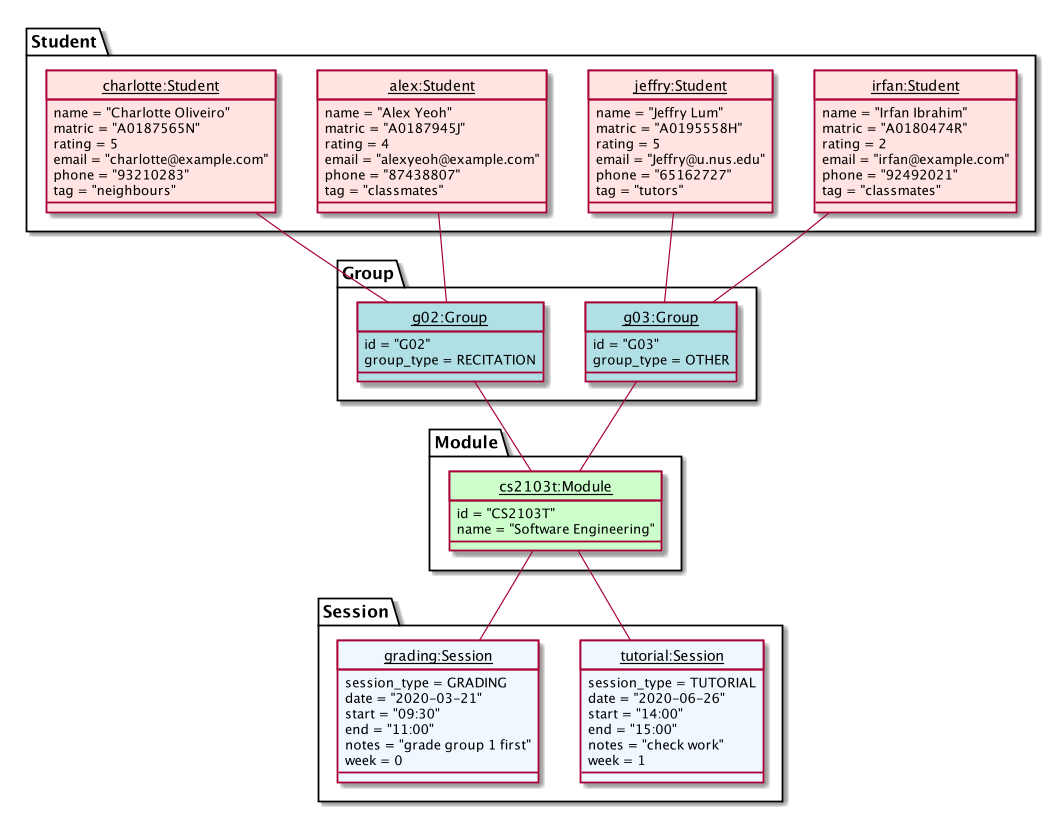
Before: docs/images/ModelObjectDiagram.png, a diagram exported from PlantUML (nus-cs2103-AY1920S2/addressbook-level3).
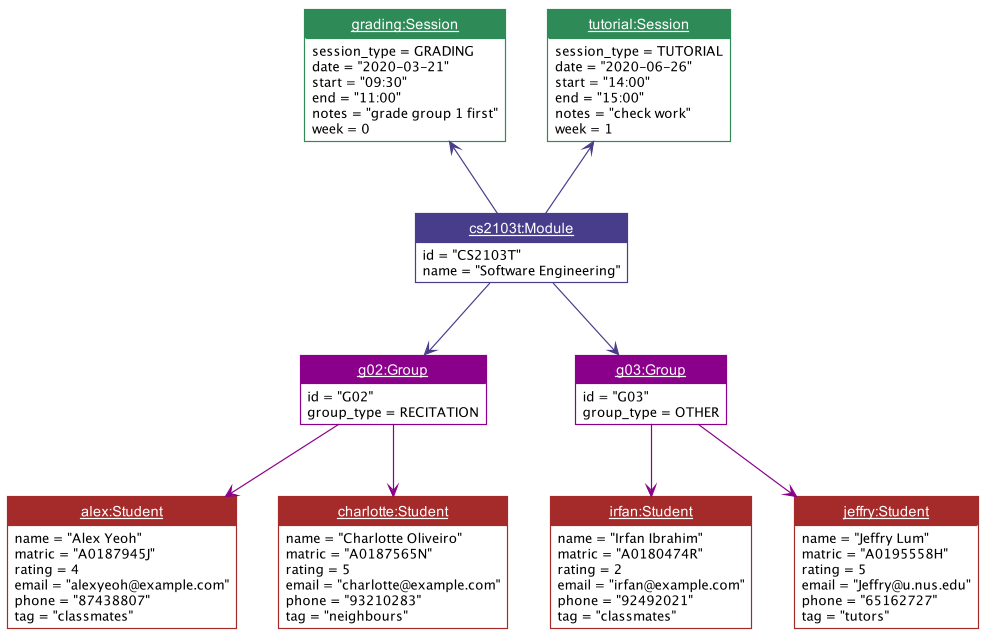
The same diagram one commit later.

Commit message:
Fix Model Object Diagram in DG

Diff of the diagram source:
```diff
@@ -1,7 +1,74 @@
 @startuml
 
-package Student {
-    class Student1 as "__irfan:Student__" #MistyRose {
+
+
+
+
+
+
+
+skinparam BackgroundColor #FFFFFFF
+
+skinparam Shadowing false
+
+skinparam Class {
+    FontColor #FFFFFF
+    BorderThickness 1
+    BorderColor #FFFFFF
+    StereotypeFontColor #FFFFFF
+    FontName Arial
+}
+
+skinparam Actor {
+    BorderColor #000000
+    Color #000000
+    FontName Arial
+}
+
+skinparam Sequence {
+    MessageAlign center
+    BoxFontSize 15
+    BoxPadding 0
+    BoxFontColor #FFFFFF
+    FontName Arial
+}
+
+skinparam Participant {
+    FontColor #FFFFFFF
+    Padding 20
+}
+
+skinparam MinClassWidth 50
+skinparam ParticipantPadding 10
+skinparam Shadowing false
+skinparam DefaultTextAlignment center
+skinparam packageStyle Rectangle
+
+hide footbox
+hide members
+hide circle
+skinparam classBackgroundColor WHITE
+
+skinparam class {
+    HeaderBackgroundColor<<Student>> Brown
+    BorderColor<<Student>> Brown
+
+    HeaderBackgroundColor<<Group>> DarkMagenta
+    BorderColor<<Group>> DarkMagenta
+
+    HeaderBackgroundColor<<Module>> DarkSlateBlue
+    BorderColor<<Module>> DarkSlateBlue
+
+    HeaderBackgroundColor<<Session>> SeaGreen
+    BorderColor<<Session>> SeaGreen
+}
+
+show members
+hide methods
+hide stereotype
+
+
+    class Student1 as "__irfan:Student__" <<Student>> {
         name = "Irfan Ibrahim"
         matric = "A0180474R"
         rating = 2
@@ -10,25 +77,25 @@
         tag = "classmates"
     }
 
-    class Student2 as "__jeffry:Student__" #MistyRose {
-      name = "Jeffry Lum"
-      matric = "A0195558H"
-      rating = 5
-      email = "Jeffry@u.nus.edu"
-      phone = "65162727"
-      tag = "tutors"
+    class Student2 as "__jeffry:Student__" <<Student>> {
+        name = "Jeffry Lum"
+        matric = "A0195558H"
+        rating = 5
+        email = "Jeffry@u.nus.edu"
+        phone = "65162727"
+        tag = "tutors"
     }
 
-    class Student3 as "__alex:Student__" #MistyRose {
-            name = "Alex Yeoh"
-            matric = "A0187945J"
-            rating = 4
-            email = "alexyeoh@example.com"
-            phone = "87438807"
-            tag = "classmates"
+    class Student3 as "__alex:Student__" <<Student>> {
+        name = "Alex Yeoh"
+        matric = "A0187945J"
+        rating = 4
+        email = "alexyeoh@example.com"
+        phone = "87438807"
+        tag = "classmates"
     }
 
-    class Student4 as "__charlotte:Student__" #MistyRose {
+    class Student4 as "__charlotte:Student__" <<Student>> {
       name = "Charlotte Oliveiro"
       matric = "A0187565N"
       rating = 5
@@ -36,29 +103,28 @@
       phone = "93210283"
       tag = "neighbours"
     }
-}
 
-package Group {
-    class Group1 as "__g02:Group__" #PowderBlue {
+
+    class Group1 as "__g02:Group__" <<Group>> {
         id = "G02"
         group_type = RECITATION
     }
 
-    class Group2 as "__g03:Group__"  #PowderBlue {
+    class Group2 as "__g03:Group__" <<Group>> {
         id = "G03"
         group_type = OTHER
     }
-}
 
-package Module {
-    class Module1 as "__cs2103t:Module__"  #PHYSICAL {
+
+
+    class Module1 as "__cs2103t:Module__" <<Module>> {
         id = "CS2103T"
         name = "Software Engineering"
     }
-}
 
-package Session {
-    class Session1 as "__tutorial:Session__" #AliceBlue {
+
+
+    class Session1 as "__tutorial:Session__" <<Session>> {
         session_type = TUTORIAL
         date = "2020-06-26"
         start = "14:00"
@@ -67,7 +133,7 @@
         week = 1
     }
 
-    class Session2 as "__grading:Session__" #AliceBlue {
+    class Session2 as "__grading:Session__" <<Session>> {
         session_type = GRADING
         date = "2020-03-21"
         start = "09:30"
@@ -75,37 +141,28 @@
         notes = "grade group 1 first"
         week = 0
     }
-}
 
-hide Student1 circle
-hide Student2 circle
-hide Student3 circle
-hide Student4 circle
-hide Group1 circle
-hide Group2 circle
-hide Module1 circle
-hide Session1 circle
-hide Session2 circle
 
-Group1 -- Module1
-Group2 -- Module1
 
-Student1 -- Group2
-Student2 -- Group2
-Student3 -- Group1
-Student4 -- Group1
 
-Session1 -up- Module1
-Session2 -up- Module1
 
-hide Student1 circle
-hide Student2 circle
-hide Student3 circle
-hide Student4 circle
-hide Group1 circle
-hide Group2 circle
-hide Module1 circle
-hide Session1 circle
-hide Session2 circle
+
+
+
+Module1 -up[#DarkSlateBlue]-> Session1
+Module1 -up[#DarkSlateBlue]-> Session2
+
+
+Module1 -down[#DarkSlateBlue]-> Group1
+Module1 -down[#DarkSlateBlue]-> Group2
+
+
+Group2 -down[#DarkMagenta]-> Student1
+Group2 -down[#DarkMagenta]-> Student2
+Group1 -down[#DarkMagenta]-> Student3
+Group1 -down[#DarkMagenta]-> Student4
+
+
+
 
 @enduml
```
